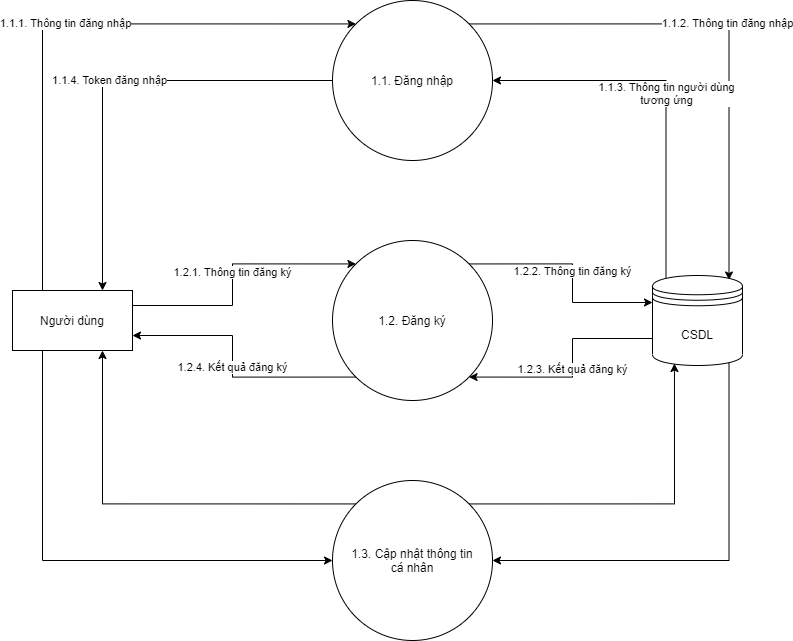
The draw.io diagram dfd2.1.png in ZaffranLe/datn, before a commit. Source tidied: cells renumbered, new cells last; positions are measured from the earlier drawing's top-left corner, leaving out a move shared by most shapes. The source it was exported from:
```xml
<mxGraphModel>
  <root>
    <mxCell id="0" />
    <mxCell id="1" parent="0" />
    <mxCell id="2" value="1.1.2. Thông tin đăng nhập" style="edgeStyle=orthogonalEdgeStyle;rounded=0;jettySize=auto;html=1;exitX=1;exitY=0;exitDx=0;exitDy=0;entryX=0.85;entryY=0.05;entryDx=0;entryDy=0;entryPerimeter=0;" parent="1" edge="1" source="4" target="12">
      <mxGeometry relative="1" as="geometry" />
    </mxCell>
    <mxCell id="3" value="1.1.4. Token đăng nhập" style="edgeStyle=orthogonalEdgeStyle;rounded=0;jettySize=auto;html=1;exitX=0;exitY=0.5;exitDx=0;exitDy=0;entryX=0.75;entryY=0;entryDx=0;entryDy=0;" parent="1" edge="1" source="4" target="8">
      <mxGeometry x="0.02" relative="1" as="geometry" />
    </mxCell>
    <mxCell id="4" value="1.1. Đăng nhập" style="ellipse;whiteSpace=wrap;html=1;" parent="1" vertex="1">
      <mxGeometry x="320" width="160" height="160" as="geometry" />
    </mxCell>
    <mxCell id="5" value="1.1.1. Thông tin đăng nhập" style="edgeStyle=orthogonalEdgeStyle;rounded=0;jettySize=auto;html=1;exitX=0.25;exitY=0;exitDx=0;exitDy=0;entryX=0;entryY=0;entryDx=0;entryDy=0;" parent="1" edge="1" source="8" target="4">
      <mxGeometry relative="1" as="geometry">
        <Array as="points">
          <mxPoint x="30" y="23" />
        </Array>
      </mxGeometry>
    </mxCell>
    <mxCell id="6" value="1.2.1. Thông tin đăng ký" style="edgeStyle=orthogonalEdgeStyle;rounded=0;jettySize=auto;html=1;exitX=1;exitY=0.25;exitDx=0;exitDy=0;entryX=0;entryY=0;entryDx=0;entryDy=0;" parent="1" edge="1" source="8" target="15">
      <mxGeometry relative="1" as="geometry">
        <Array as="points">
          <mxPoint x="220" y="305" />
          <mxPoint x="220" y="263" />
        </Array>
      </mxGeometry>
    </mxCell>
    <mxCell id="7" style="edgeStyle=orthogonalEdgeStyle;rounded=0;jettySize=auto;html=1;exitX=0.25;exitY=1;exitDx=0;exitDy=0;entryX=0;entryY=0.5;entryDx=0;entryDy=0;" parent="1" edge="1" source="8" target="18">
      <mxGeometry relative="1" as="geometry">
        <Array as="points">
          <mxPoint x="30" y="560" />
        </Array>
      </mxGeometry>
    </mxCell>
    <mxCell id="8" value="Người dùng" style="rounded=0;whiteSpace=wrap;html=1;" parent="1" vertex="1">
      <mxGeometry y="290" width="120" height="60" as="geometry" />
    </mxCell>
    <mxCell id="9" value="1.1.3. Thông tin người dùng&lt;br&gt;tương ứng" style="edgeStyle=orthogonalEdgeStyle;rounded=0;jettySize=auto;html=1;exitX=0.15;exitY=0.05;exitDx=0;exitDy=0;exitPerimeter=0;" parent="1" edge="1" source="12">
      <mxGeometry relative="1" as="geometry">
        <mxPoint x="480" y="80" as="targetPoint" />
        <Array as="points">
          <mxPoint x="654" y="80" />
        </Array>
      </mxGeometry>
    </mxCell>
    <mxCell id="10" value="1.2.3. Kết quả đăng ký" style="edgeStyle=orthogonalEdgeStyle;rounded=0;jettySize=auto;html=1;exitX=0;exitY=0.7;exitDx=0;exitDy=0;entryX=1;entryY=1;entryDx=0;entryDy=0;" parent="1" edge="1" source="12" target="15">
      <mxGeometry relative="1" as="geometry">
        <Array as="points">
          <mxPoint x="560" y="338" />
          <mxPoint x="560" y="377" />
        </Array>
      </mxGeometry>
    </mxCell>
    <mxCell id="11" style="edgeStyle=orthogonalEdgeStyle;rounded=0;jettySize=auto;html=1;exitX=0.85;exitY=0.95;exitDx=0;exitDy=0;exitPerimeter=0;entryX=1;entryY=0.5;entryDx=0;entryDy=0;" parent="1" edge="1" source="12" target="18">
      <mxGeometry relative="1" as="geometry">
        <Array as="points">
          <mxPoint x="717" y="560" />
        </Array>
      </mxGeometry>
    </mxCell>
    <mxCell id="12" value="CSDL" style="shape=datastore;whiteSpace=wrap;html=1;" parent="1" vertex="1">
      <mxGeometry x="640" y="275" width="90" height="90" as="geometry" />
    </mxCell>
    <mxCell id="13" value="1.2.2. Thông tin đăng ký" style="edgeStyle=orthogonalEdgeStyle;rounded=0;jettySize=auto;html=1;exitX=1;exitY=0;exitDx=0;exitDy=0;entryX=0;entryY=0.3;entryDx=0;entryDy=0;" parent="1" edge="1" source="15" target="12">
      <mxGeometry relative="1" as="geometry" />
    </mxCell>
    <mxCell id="14" value="1.2.4. Kết quả đăng ký" style="edgeStyle=orthogonalEdgeStyle;rounded=0;jettySize=auto;html=1;exitX=0;exitY=1;exitDx=0;exitDy=0;entryX=1;entryY=0.75;entryDx=0;entryDy=0;" parent="1" edge="1" source="15" target="8">
      <mxGeometry relative="1" as="geometry">
        <Array as="points">
          <mxPoint x="220" y="377" />
          <mxPoint x="220" y="335" />
        </Array>
      </mxGeometry>
    </mxCell>
    <mxCell id="15" value="1.2. Đăng ký" style="ellipse;whiteSpace=wrap;html=1;" parent="1" vertex="1">
      <mxGeometry x="320" y="240" width="160" height="160" as="geometry" />
    </mxCell>
    <mxCell id="16" style="edgeStyle=orthogonalEdgeStyle;rounded=0;jettySize=auto;html=1;exitX=1;exitY=0;exitDx=0;exitDy=0;entryX=0.244;entryY=0.978;entryDx=0;entryDy=0;entryPerimeter=0;" parent="1" edge="1" source="18" target="12">
      <mxGeometry relative="1" as="geometry" />
    </mxCell>
    <mxCell id="17" style="edgeStyle=orthogonalEdgeStyle;rounded=0;jettySize=auto;html=1;exitX=0;exitY=0;exitDx=0;exitDy=0;entryX=0.75;entryY=1;entryDx=0;entryDy=0;" parent="1" edge="1" source="18" target="8">
      <mxGeometry relative="1" as="geometry" />
    </mxCell>
    <mxCell id="18" value="1.3. Cập nhật thông tin&lt;br&gt;cá nhân" style="ellipse;whiteSpace=wrap;html=1;" parent="1" vertex="1">
      <mxGeometry x="320" y="480" width="160" height="160" as="geometry" />
    </mxCell>
  </root>
</mxGraphModel>
```
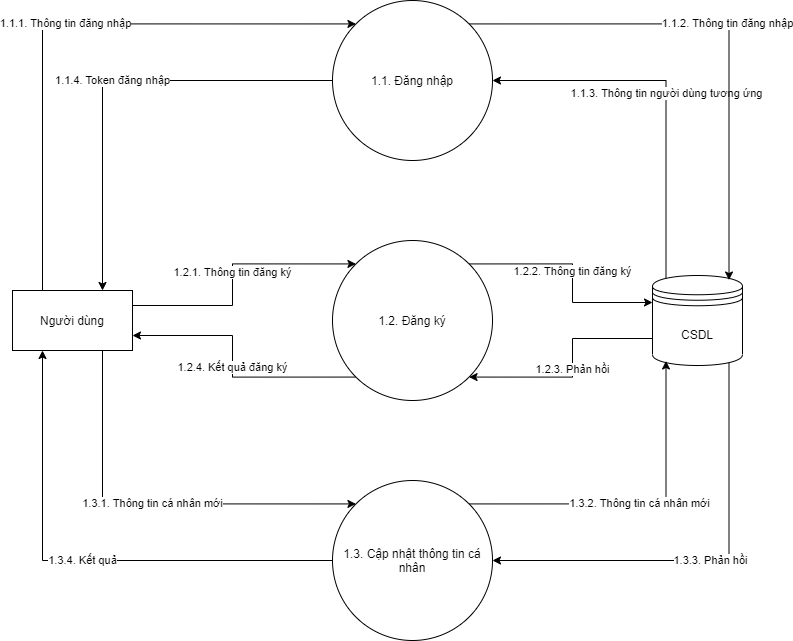
After the commit.

Change to the diagram source:
```diff
@@ -2,15 +2,6 @@
   <root>
     <mxCell id="0" />
     <mxCell id="1" parent="0" />
-    <mxCell id="2" value="1.1.2. Thông tin đăng nhập" style="edgeStyle=orthogonalEdgeStyle;rounded=0;jettySize=auto;html=1;exitX=1;exitY=0;exitDx=0;exitDy=0;entryX=0.85;entryY=0.05;entryDx=0;entryDy=0;entryPerimeter=0;" parent="1" edge="1" source="4" target="12">
-      <mxGeometry relative="1" as="geometry" />
-    </mxCell>
-    <mxCell id="3" value="1.1.4. Token đăng nhập" style="edgeStyle=orthogonalEdgeStyle;rounded=0;jettySize=auto;html=1;exitX=0;exitY=0.5;exitDx=0;exitDy=0;entryX=0.75;entryY=0;entryDx=0;entryDy=0;" parent="1" edge="1" source="4" target="8">
-      <mxGeometry x="0.02" relative="1" as="geometry" />
-    </mxCell>
-    <mxCell id="4" value="1.1. Đăng nhập" style="ellipse;whiteSpace=wrap;html=1;" parent="1" vertex="1">
-      <mxGeometry x="320" width="160" height="160" as="geometry" />
-    </mxCell>
     <mxCell id="5" value="1.1.1. Thông tin đăng nhập" style="edgeStyle=orthogonalEdgeStyle;rounded=0;jettySize=auto;html=1;exitX=0.25;exitY=0;exitDx=0;exitDy=0;entryX=0;entryY=0;entryDx=0;entryDy=0;" parent="1" edge="1" source="8" target="4">
       <mxGeometry relative="1" as="geometry">
         <Array as="points">
@@ -19,40 +10,29 @@
       </mxGeometry>
     </mxCell>
     <mxCell id="6" value="1.2.1. Thông tin đăng ký" style="edgeStyle=orthogonalEdgeStyle;rounded=0;jettySize=auto;html=1;exitX=1;exitY=0.25;exitDx=0;exitDy=0;entryX=0;entryY=0;entryDx=0;entryDy=0;" parent="1" edge="1" source="8" target="15">
-      <mxGeometry relative="1" as="geometry">
-        <Array as="points">
-          <mxPoint x="220" y="305" />
-          <mxPoint x="220" y="263" />
-        </Array>
-      </mxGeometry>
+      <mxGeometry relative="1" as="geometry" />
     </mxCell>
-    <mxCell id="7" style="edgeStyle=orthogonalEdgeStyle;rounded=0;jettySize=auto;html=1;exitX=0.25;exitY=1;exitDx=0;exitDy=0;entryX=0;entryY=0.5;entryDx=0;entryDy=0;" parent="1" edge="1" source="8" target="18">
+    <mxCell id="7" value="1.3.1. Thông tin cá nhân mới" style="edgeStyle=orthogonalEdgeStyle;rounded=0;jettySize=auto;html=1;exitX=0.75;exitY=1;exitDx=0;exitDy=0;entryX=0;entryY=0;entryDx=0;entryDy=0;" parent="1" edge="1" source="8" target="18">
       <mxGeometry relative="1" as="geometry">
         <Array as="points">
-          <mxPoint x="30" y="560" />
+          <mxPoint x="90" y="503" />
         </Array>
       </mxGeometry>
     </mxCell>
     <mxCell id="8" value="Người dùng" style="rounded=0;whiteSpace=wrap;html=1;" parent="1" vertex="1">
       <mxGeometry y="290" width="120" height="60" as="geometry" />
     </mxCell>
-    <mxCell id="9" value="1.1.3. Thông tin người dùng&lt;br&gt;tương ứng" style="edgeStyle=orthogonalEdgeStyle;rounded=0;jettySize=auto;html=1;exitX=0.15;exitY=0.05;exitDx=0;exitDy=0;exitPerimeter=0;" parent="1" edge="1" source="12">
+    <mxCell id="9" value="1.1.3. Thông tin người dùng tương ứng" style="edgeStyle=orthogonalEdgeStyle;rounded=0;jettySize=auto;html=1;exitX=0.15;exitY=0.05;exitDx=0;exitDy=0;exitPerimeter=0;entryX=1;entryY=0.5;entryDx=0;entryDy=0;" parent="1" edge="1" source="12" target="4">
       <mxGeometry relative="1" as="geometry">
-        <mxPoint x="480" y="80" as="targetPoint" />
         <Array as="points">
           <mxPoint x="654" y="80" />
         </Array>
       </mxGeometry>
     </mxCell>
-    <mxCell id="10" value="1.2.3. Kết quả đăng ký" style="edgeStyle=orthogonalEdgeStyle;rounded=0;jettySize=auto;html=1;exitX=0;exitY=0.7;exitDx=0;exitDy=0;entryX=1;entryY=1;entryDx=0;entryDy=0;" parent="1" edge="1" source="12" target="15">
-      <mxGeometry relative="1" as="geometry">
-        <Array as="points">
-          <mxPoint x="560" y="338" />
-          <mxPoint x="560" y="377" />
-        </Array>
-      </mxGeometry>
+    <mxCell id="10" value="1.2.3. Phản hồi" style="edgeStyle=orthogonalEdgeStyle;rounded=0;jettySize=auto;html=1;exitX=0;exitY=0.7;exitDx=0;exitDy=0;entryX=1;entryY=1;entryDx=0;entryDy=0;" parent="1" edge="1" source="12" target="15">
+      <mxGeometry relative="1" as="geometry" />
     </mxCell>
-    <mxCell id="11" style="edgeStyle=orthogonalEdgeStyle;rounded=0;jettySize=auto;html=1;exitX=0.85;exitY=0.95;exitDx=0;exitDy=0;exitPerimeter=0;entryX=1;entryY=0.5;entryDx=0;entryDy=0;" parent="1" edge="1" source="12" target="18">
+    <mxCell id="11" value="1.3.3. Phản hồi" style="edgeStyle=orthogonalEdgeStyle;rounded=0;jettySize=auto;html=1;exitX=0.85;exitY=0.95;exitDx=0;exitDy=0;exitPerimeter=0;entryX=1;entryY=0.5;entryDx=0;entryDy=0;" parent="1" edge="1" source="12" target="18">
       <mxGeometry relative="1" as="geometry">
         <Array as="points">
           <mxPoint x="717" y="560" />
@@ -62,27 +42,31 @@
     <mxCell id="12" value="CSDL" style="shape=datastore;whiteSpace=wrap;html=1;" parent="1" vertex="1">
       <mxGeometry x="640" y="275" width="90" height="90" as="geometry" />
     </mxCell>
+    <mxCell id="14" value="1.2.4. Kết quả đăng ký" style="edgeStyle=orthogonalEdgeStyle;rounded=0;jettySize=auto;html=1;exitX=0;exitY=1;exitDx=0;exitDy=0;entryX=1;entryY=0.75;entryDx=0;entryDy=0;" parent="1" edge="1" source="15" target="8">
+      <mxGeometry relative="1" as="geometry" />
+    </mxCell>
     <mxCell id="13" value="1.2.2. Thông tin đăng ký" style="edgeStyle=orthogonalEdgeStyle;rounded=0;jettySize=auto;html=1;exitX=1;exitY=0;exitDx=0;exitDy=0;entryX=0;entryY=0.3;entryDx=0;entryDy=0;" parent="1" edge="1" source="15" target="12">
       <mxGeometry relative="1" as="geometry" />
     </mxCell>
-    <mxCell id="14" value="1.2.4. Kết quả đăng ký" style="edgeStyle=orthogonalEdgeStyle;rounded=0;jettySize=auto;html=1;exitX=0;exitY=1;exitDx=0;exitDy=0;entryX=1;entryY=0.75;entryDx=0;entryDy=0;" parent="1" edge="1" source="15" target="8">
-      <mxGeometry relative="1" as="geometry">
-        <Array as="points">
-          <mxPoint x="220" y="377" />
-          <mxPoint x="220" y="335" />
-        </Array>
-      </mxGeometry>
-    </mxCell>
     <mxCell id="15" value="1.2. Đăng ký" style="ellipse;whiteSpace=wrap;html=1;" parent="1" vertex="1">
       <mxGeometry x="320" y="240" width="160" height="160" as="geometry" />
     </mxCell>
+    <mxCell id="2" value="1.1.2. Thông tin đăng nhập" style="edgeStyle=orthogonalEdgeStyle;rounded=0;jettySize=auto;html=1;exitX=1;exitY=0;exitDx=0;exitDy=0;entryX=0.85;entryY=0.05;entryDx=0;entryDy=0;entryPerimeter=0;" parent="1" edge="1" source="4" target="12">
+      <mxGeometry relative="1" as="geometry" />
+    </mxCell>
+    <mxCell id="3" value="1.1.4. Token đăng nhập" style="edgeStyle=orthogonalEdgeStyle;rounded=0;jettySize=auto;html=1;exitX=0;exitY=0.5;exitDx=0;exitDy=0;entryX=0.75;entryY=0;entryDx=0;entryDy=0;" parent="1" edge="1" source="4" target="8">
+      <mxGeometry relative="1" as="geometry" />
+    </mxCell>
+    <mxCell id="4" value="1.1. Đăng nhập" style="ellipse;whiteSpace=wrap;html=1;" parent="1" vertex="1">
+      <mxGeometry x="320" width="160" height="160" as="geometry" />
+    </mxCell>
-    <mxCell id="16" style="edgeStyle=orthogonalEdgeStyle;rounded=0;jettySize=auto;html=1;exitX=1;exitY=0;exitDx=0;exitDy=0;entryX=0.244;entryY=0.978;entryDx=0;entryDy=0;entryPerimeter=0;" parent="1" edge="1" source="18" target="12">
+    <mxCell id="16" value="1.3.2. Thông tin cá nhân mới" style="edgeStyle=orthogonalEdgeStyle;rounded=0;jettySize=auto;html=1;exitX=1;exitY=0;exitDx=0;exitDy=0;entryX=0.15;entryY=0.95;entryDx=0;entryDy=0;entryPerimeter=0;" parent="1" edge="1" source="18" target="12">
       <mxGeometry relative="1" as="geometry" />
     </mxCell>
-    <mxCell id="17" style="edgeStyle=orthogonalEdgeStyle;rounded=0;jettySize=auto;html=1;exitX=0;exitY=0;exitDx=0;exitDy=0;entryX=0.75;entryY=1;entryDx=0;entryDy=0;" parent="1" edge="1" source="18" target="8">
+    <mxCell id="17" value="1.3.4. Kết quả" style="edgeStyle=orthogonalEdgeStyle;rounded=0;jettySize=auto;html=1;exitX=0;exitY=0.5;exitDx=0;exitDy=0;entryX=0.25;entryY=1;entryDx=0;entryDy=0;" parent="1" edge="1" source="18" target="8">
       <mxGeometry relative="1" as="geometry" />
     </mxCell>
-    <mxCell id="18" value="1.3. Cập nhật thông tin&lt;br&gt;cá nhân" style="ellipse;whiteSpace=wrap;html=1;" parent="1" vertex="1">
+    <mxCell id="18" value="1.3. Cập nhật thông tin cá nhân" style="ellipse;whiteSpace=wrap;html=1;" parent="1" vertex="1">
       <mxGeometry x="320" y="480" width="160" height="160" as="geometry" />
     </mxCell>
   </root>
```
